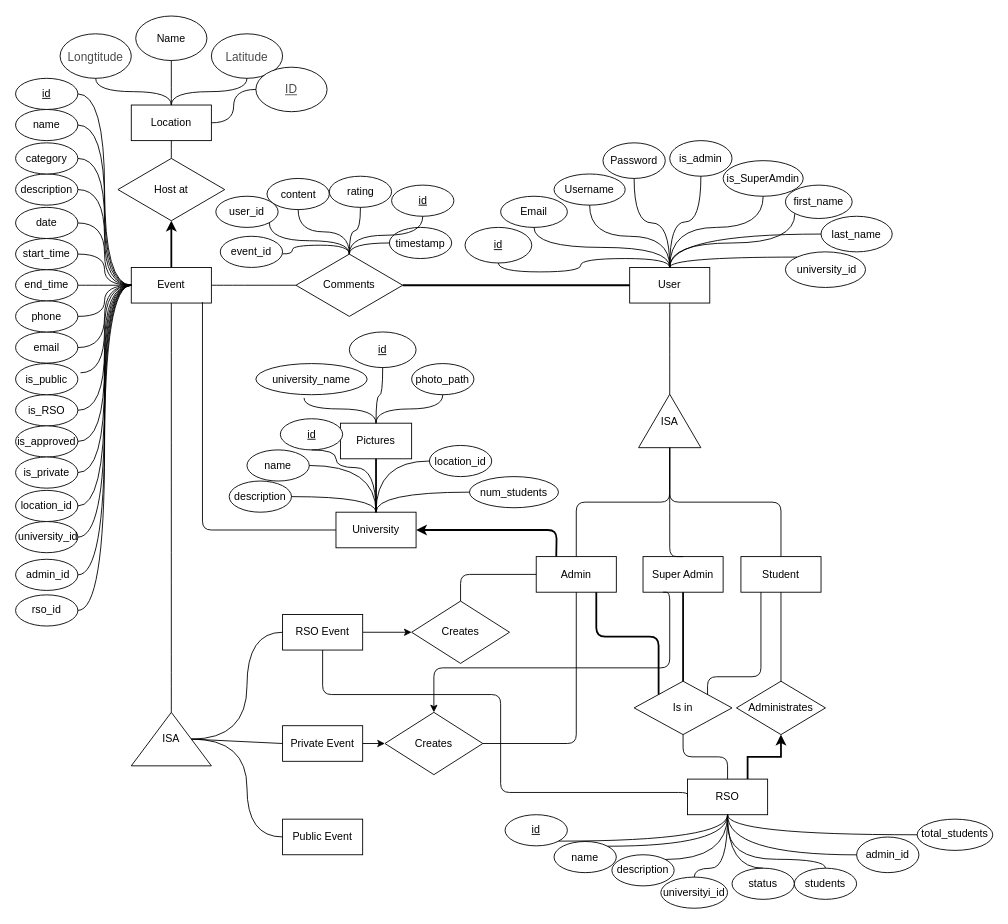
This is Untitled Diagram.drawio from yao1999/College-Event-Website, a draw.io file, before an edit. Source tidied: cells renumbered, new cells numbered last; positions are measured from the earlier drawing's top-left corner, leaving out a move shared by most shapes. Both pictures are drawn from the tidied source at 89%, with x=0, y=0 at pixel (15, 15).
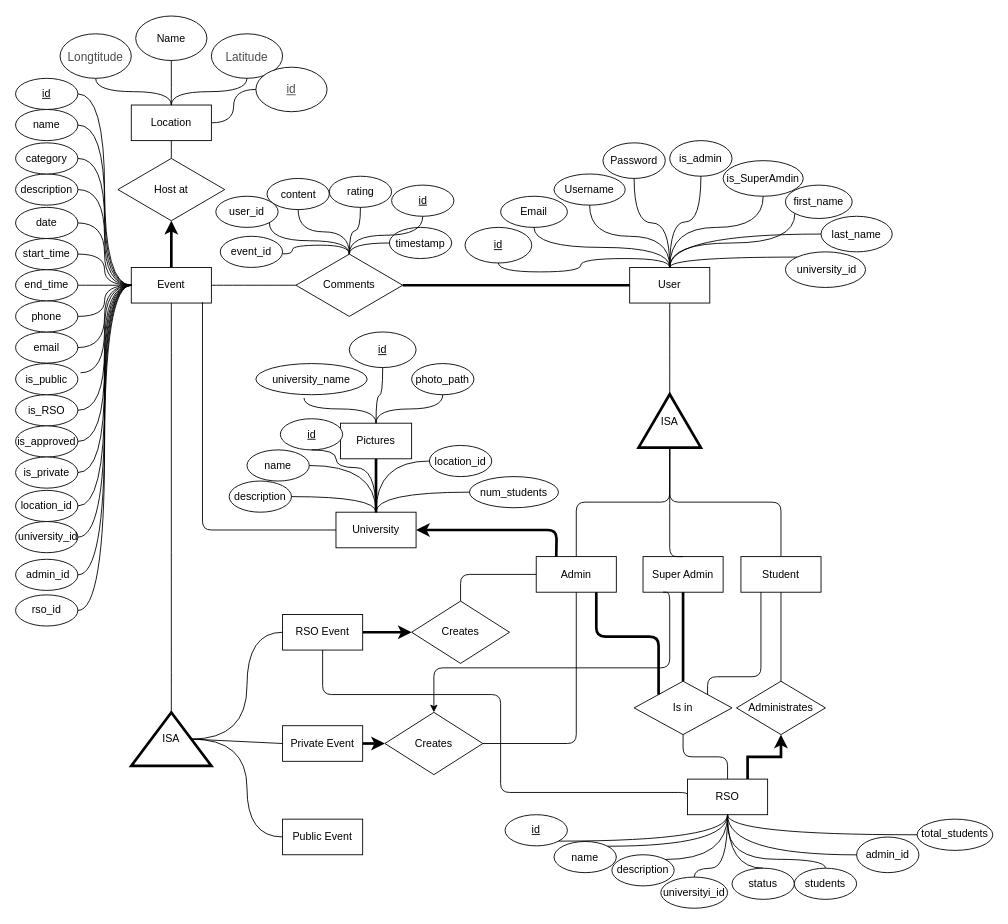
Above is the later version.

Unchanged cells that the change refers to:
```xml
<mxCell id="4" value="Event" style="rounded=0;whiteSpace=wrap;html=1;" parent="1" vertex="1">
  <mxGeometry x="130" y="283" width="90" height="40" as="geometry" />
</mxCell>
<mxCell id="7" value="RSO Event" style="rounded=0;whiteSpace=wrap;html=1;" parent="1" vertex="1">
  <mxGeometry x="300" y="672.9" width="90" height="40" as="geometry" />
</mxCell>
<mxCell id="8" value="Admin" style="rounded=0;whiteSpace=wrap;html=1;" parent="1" vertex="1">
  <mxGeometry x="585" y="607.9" width="90" height="40" as="geometry" />
</mxCell>
<mxCell id="9" value="Private Event" style="rounded=0;whiteSpace=wrap;html=1;" parent="1" vertex="1">
  <mxGeometry x="300" y="797.9" width="90" height="40" as="geometry" />
</mxCell>
<mxCell id="10" value="User" style="rounded=0;whiteSpace=wrap;html=1;" parent="1" vertex="1">
  <mxGeometry x="690" y="283" width="90" height="40" as="geometry" />
</mxCell>
<mxCell id="11" value="Super Admin" style="rounded=0;whiteSpace=wrap;html=1;" parent="1" vertex="1">
  <mxGeometry x="705" y="607.9" width="90" height="40" as="geometry" />
</mxCell>
<mxCell id="14" value="RSO" style="rounded=0;whiteSpace=wrap;html=1;" parent="1" vertex="1">
  <mxGeometry x="755" y="857.9" width="90" height="40" as="geometry" />
</mxCell>
<mxCell id="15" value="University" style="rounded=0;whiteSpace=wrap;html=1;" parent="1" vertex="1">
  <mxGeometry x="360" y="558" width="90" height="40" as="geometry" />
</mxCell>
<mxCell id="18" value="Host at" style="rhombus;whiteSpace=wrap;html=1;" parent="1" vertex="1">
  <mxGeometry x="115" y="160.5" width="120" height="70" as="geometry" />
</mxCell>
<mxCell id="19" value="Comments" style="rhombus;whiteSpace=wrap;html=1;" parent="1" vertex="1">
  <mxGeometry x="315" y="268" width="120" height="70" as="geometry" />
</mxCell>
<mxCell id="20" value="Creates" style="rhombus;whiteSpace=wrap;html=1;" parent="1" vertex="1">
  <mxGeometry x="415" y="782.9" width="110" height="70" as="geometry" />
</mxCell>
<mxCell id="21" value="Creates" style="rhombus;whiteSpace=wrap;html=1;" parent="1" vertex="1">
  <mxGeometry x="445" y="657.9" width="110" height="70" as="geometry" />
</mxCell>
<mxCell id="22" value="Is in" style="rhombus;whiteSpace=wrap;html=1;" parent="1" vertex="1">
  <mxGeometry x="695" y="747.9" width="110" height="60" as="geometry" />
</mxCell>
<mxCell id="23" value="Administrates" style="rhombus;whiteSpace=wrap;html=1;" parent="1" vertex="1">
  <mxGeometry x="810" y="747.9" width="100" height="60" as="geometry" />
</mxCell>
<mxCell id="98" value="Pictures" style="rounded=0;whiteSpace=wrap;html=1;" parent="1" vertex="1">
  <mxGeometry x="365" y="458" width="80" height="40" as="geometry" />
</mxCell>
```

What changed in the source:
```diff
@@
-    <mxCell id="3" style="edgeStyle=elbowEdgeStyle;rounded=0;jettySize=auto;elbow=vertical;html=1;entryX=0.5;entryY=1;entryDx=0;entryDy=0;strokeWidth=2;fillColor=#001933;" parent="1" edge="1" source="4" target="18">
+    <mxCell id="3" style="edgeStyle=elbowEdgeStyle;rounded=0;jettySize=auto;elbow=vertical;html=1;entryX=0.5;entryY=1;entryDx=0;entryDy=0;strokeWidth=3;fillColor=#001933;" parent="1" edge="1" source="4" target="18">
       <mxGeometry relative="1" as="geometry" />
     </mxCell>
@@
-    <mxCell id="6" style="edgeStyle=orthogonalEdgeStyle;rounded=0;jettySize=auto;html=1;fillColor=#001933;" parent="1" edge="1" source="7" target="21">
+    <mxCell id="6" style="edgeStyle=orthogonalEdgeStyle;rounded=0;jettySize=auto;html=1;fillColor=#001933;strokeWidth=3;" parent="1" edge="1" source="7" target="21">
       <mxGeometry relative="1" as="geometry" />
     </mxCell>
@@
-    <mxCell id="13" style="edgeStyle=orthogonalEdgeStyle;rounded=0;jettySize=auto;html=1;entryX=0.5;entryY=1;entryDx=0;entryDy=0;exitX=0.75;exitY=0;exitDx=0;exitDy=0;strokeWidth=2;" parent="1" edge="1" source="14" target="23">
+    <mxCell id="13" style="edgeStyle=orthogonalEdgeStyle;rounded=0;jettySize=auto;html=1;entryX=0.5;entryY=1;entryDx=0;entryDy=0;exitX=0.75;exitY=0;exitDx=0;exitDy=0;strokeWidth=3;" parent="1" edge="1" source="14" target="23">
       <mxGeometry relative="1" as="geometry" />
     </mxCell>
@@
-    <mxCell id="16" value="ISA" style="triangle;whiteSpace=wrap;html=1;direction=north;" parent="1" vertex="1">
+    <mxCell id="16" value="ISA" style="triangle;whiteSpace=wrap;html=1;direction=north;strokeWidth=3;" parent="1" vertex="1">
       <mxGeometry x="130" y="782.9" width="90" height="60.1" as="geometry" />
     </mxCell>
-    <mxCell id="17" value="ISA" style="triangle;whiteSpace=wrap;html=1;direction=north;" parent="1" vertex="1">
+    <mxCell id="17" value="ISA" style="triangle;whiteSpace=wrap;html=1;direction=north;strokeWidth=3;" parent="1" vertex="1">
       <mxGeometry x="700" y="425.5" width="70" height="60" as="geometry" />
     </mxCell>
@@
-    <mxCell id="47" style="endArrow=none;html=1;exitX=1;exitY=0.5;exitDx=0;exitDy=0;entryX=0;entryY=0.5;entryDx=0;entryDy=0;edgeStyle=orthogonalEdgeStyle;curved=1;strokeWidth=2;" parent="1" edge="1" source="19" target="10">
+    <mxCell id="47" style="endArrow=none;html=1;exitX=1;exitY=0.5;exitDx=0;exitDy=0;entryX=0;entryY=0.5;entryDx=0;entryDy=0;edgeStyle=orthogonalEdgeStyle;curved=1;strokeWidth=3;" parent="1" edge="1" source="19" target="10">
       <mxGeometry relative="1" as="geometry" />
     </mxCell>
@@
-    <mxCell id="55" style="endArrow=none;html=1;exitX=0.5;exitY=0;exitDx=0;exitDy=0;entryX=0.5;entryY=1;entryDx=0;entryDy=0;edgeStyle=orthogonalEdgeStyle;fillColor=#001933;strokeWidth=2;" parent="1" edge="1" source="22" target="11">
+    <mxCell id="55" style="endArrow=none;html=1;exitX=0.5;exitY=0;exitDx=0;exitDy=0;entryX=0.5;entryY=1;entryDx=0;entryDy=0;edgeStyle=orthogonalEdgeStyle;fillColor=#001933;strokeWidth=3;" parent="1" edge="1" source="22" target="11">
       <mxGeometry relative="1" as="geometry" />
     </mxCell>
@@
-    <mxCell id="57" style="endArrow=classic;html=1;entryX=1;entryY=0.5;entryDx=0;entryDy=0;exitX=0.25;exitY=0;exitDx=0;exitDy=0;bold=1;fillColor=#001933;strokeWidth=2;" parent="1" edge="1" source="8" target="15">
+    <mxCell id="57" style="endArrow=classic;html=1;entryX=1;entryY=0.5;entryDx=0;entryDy=0;exitX=0.25;exitY=0;exitDx=0;exitDy=0;bold=1;fillColor=#001933;strokeWidth=3;" parent="1" edge="1" source="8" target="15">
       <mxGeometry relative="1" as="geometry">
         <Array as="points">
           <mxPoint x="608" y="578" />
         </Array>
       </mxGeometry>
     </mxCell>
-    <mxCell id="58" style="endArrow=none;html=1;exitX=0.75;exitY=1;exitDx=0;exitDy=0;entryX=0;entryY=0;entryDx=0;entryDy=0;edgeStyle=orthogonalEdgeStyle;strokeWidth=2;" parent="1" edge="1" source="8" target="22">
+    <mxCell id="58" style="endArrow=none;html=1;exitX=0.75;exitY=1;exitDx=0;exitDy=0;entryX=0;entryY=0;entryDx=0;entryDy=0;edgeStyle=orthogonalEdgeStyle;strokeWidth=3;" parent="1" edge="1" source="8" target="22">
       <mxGeometry relative="1" as="geometry" />
     </mxCell>
-    <mxCell id="59" style="endArrow=classic;html=1;exitX=1;exitY=0.5;exitDx=0;exitDy=0;entryX=0;entryY=0.5;entryDx=0;entryDy=0;" parent="1" edge="1" source="9" target="20">
+    <mxCell id="59" style="endArrow=classic;html=1;exitX=1;exitY=0.5;exitDx=0;exitDy=0;entryX=0;entryY=0.5;entryDx=0;entryDy=0;strokeWidth=3;" parent="1" edge="1" source="9" target="20">
       <mxGeometry relative="1" as="geometry" />
     </mxCell>
@@
-    <mxCell id="113" style="endArrow=none;html=1;exitX=0.5;exitY=0;exitDx=0;exitDy=0;entryX=0.5;entryY=1;entryDx=0;entryDy=0;strokeWidth=2;" parent="1" edge="1" source="15" target="98">
+    <mxCell id="113" style="endArrow=none;html=1;exitX=0.5;exitY=0;exitDx=0;exitDy=0;entryX=0.5;entryY=1;entryDx=0;entryDy=0;strokeWidth=3;" parent="1" edge="1" source="15" target="98">
       <mxGeometry relative="1" as="geometry" />
     </mxCell>
@@
-    <mxCell id="130" value="&lt;span style=&quot;font-family: &amp;#34;noto_regular&amp;#34; ; color: rgb(75 , 75 , 75) ; font-size: 10pt&quot;&gt;&lt;u&gt;ID&lt;/u&gt;&lt;/span&gt;" style="ellipse;whiteSpace=wrap;html=1;" parent="1" vertex="1">
+    <mxCell id="130" value="&lt;span style=&quot;font-family: &amp;#34;noto_regular&amp;#34; ; color: rgb(75 , 75 , 75) ; font-size: 10pt&quot;&gt;&lt;u&gt;id&lt;/u&gt;&lt;/span&gt;" style="ellipse;whiteSpace=wrap;html=1;" parent="1" vertex="1">
       <mxGeometry x="270" y="58" width="80" height="50" as="geometry" />
     </mxCell>
```
